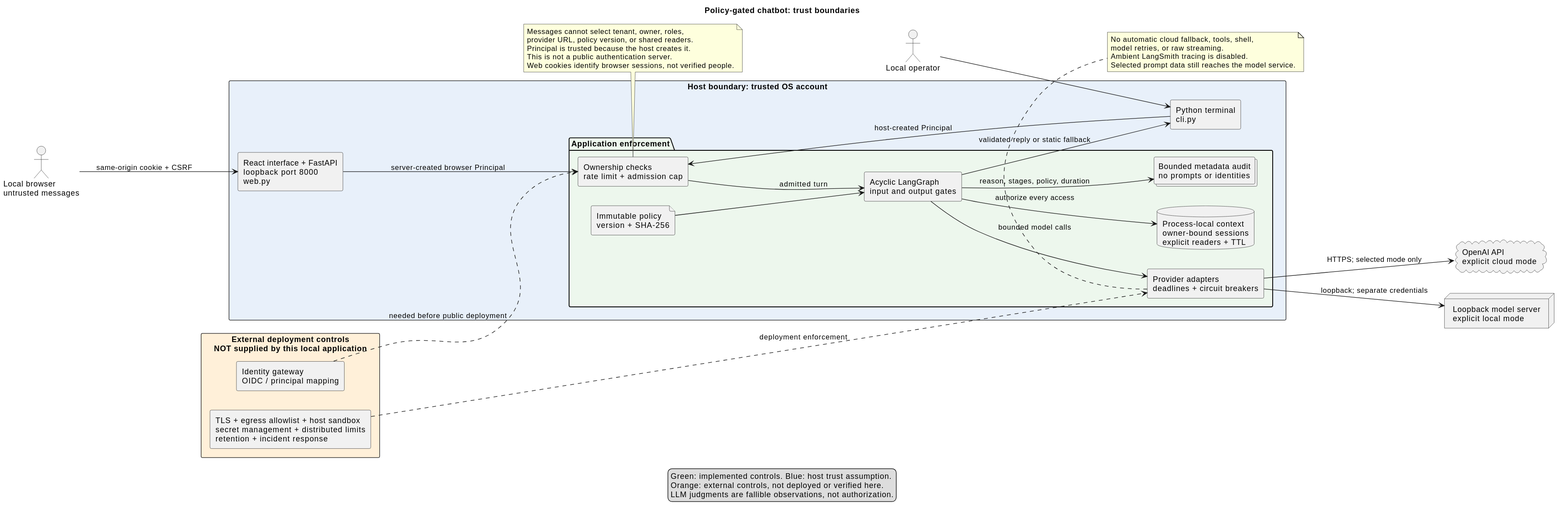
Iman/agentic-drink-book keeps this PlantUML diagram as docs/diagrams/01-system.svg. Above is the earlier version. Its source is kept beside it as docs/diagrams/01-system.puml.
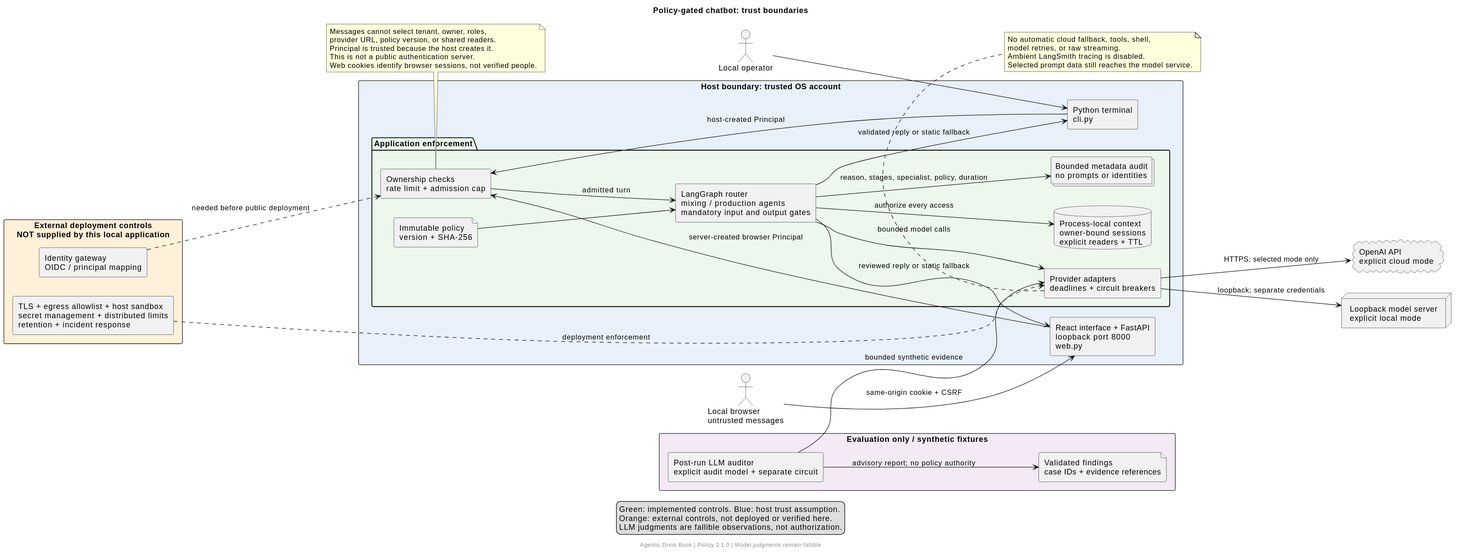
Later version of the same file.

Diff of the diagram source:
```diff
@@ -10,7 +10,7 @@
   component "React interface + FastAPI\nloopback port 8000\nweb.py" as web
   package "Application enforcement" #EDF7ED {
     component "Ownership checks\nrate limit + admission cap" as ingress
-    component "Acyclic LangGraph\ninput and output gates" as graph
+    component "LangGraph router\nmixing / production agents\nmandatory input and output gates" as graph
     component "Provider adapters\ndeadlines + circuit breakers" as adapters
     database "Process-local context\nowner-bound sessions\nexplicit readers + TTL" as context
     file "Immutable policy\nversion + SHA-256" as policy
@@ -33,8 +33,9 @@
 graph --> adapters : bounded model calls
 adapters --> cloud : HTTPS; selected mode only
 adapters --> local : loopback; separate credentials
-graph --> audit : reason, stages, policy, duration
+graph --> audit : reason, stages, specialist, policy, duration
 graph --> cli : validated reply or static fallback
+graph --> web : reviewed reply or static fallback
 gateway ..> ingress : needed before public deployment
 ops ..> adapters : deployment enforcement
 note bottom of ingress
@@ -50,9 +51,16 @@
 Ambient LangSmith tracing is disabled.
 Selected prompt data still reaches the model service.
 end note
+rectangle "Evaluation only / synthetic fixtures" #F3EAF6 {
+  component "Post-run LLM auditor\nexplicit audit model + separate circuit" as auditor
+  file "Validated findings\ncase IDs + evidence references" as findings
+}
+auditor --> adapters : bounded synthetic evidence
+auditor --> findings : advisory report; no policy authority
 legend bottom
 Green: implemented controls. Blue: host trust assumption.
 Orange: external controls, not deployed or verified here.
 LLM judgments are fallible observations, not authorization.
 endlegend
+footer Agentic Drink Book | Policy 2.1.0 | Model judgments remain fallible
 @enduml
```
